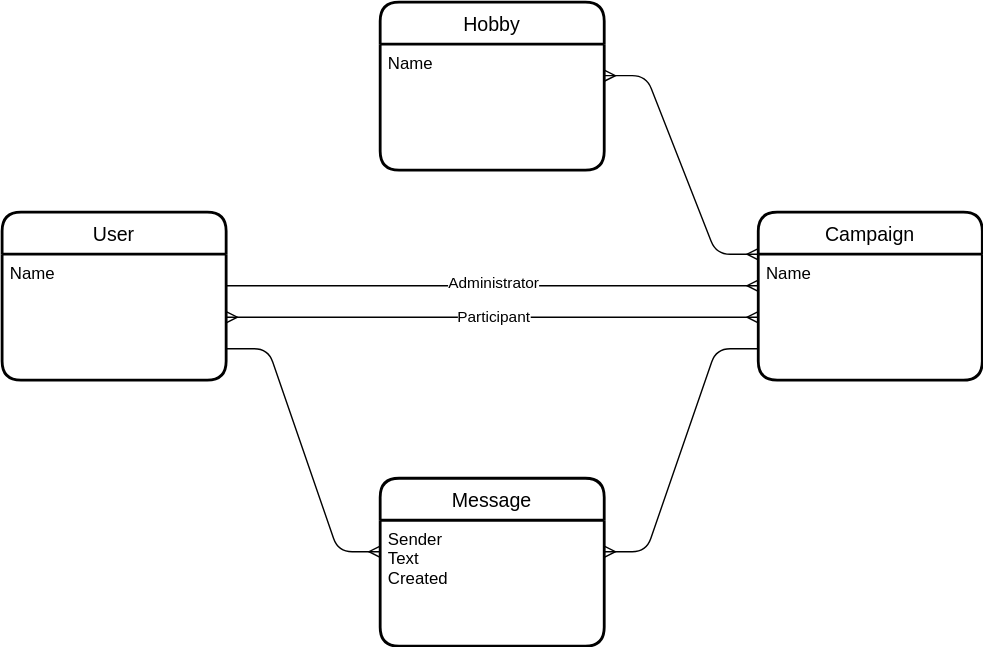
arngrey/EventApp keeps this draw.io diagram as src/docs/ER_Diagram.svg. Above is the earlier version. Source tidied: cells renumbered, new cells last; positions are measured from the earlier drawing's top-left corner, leaving out a move shared by most shapes.
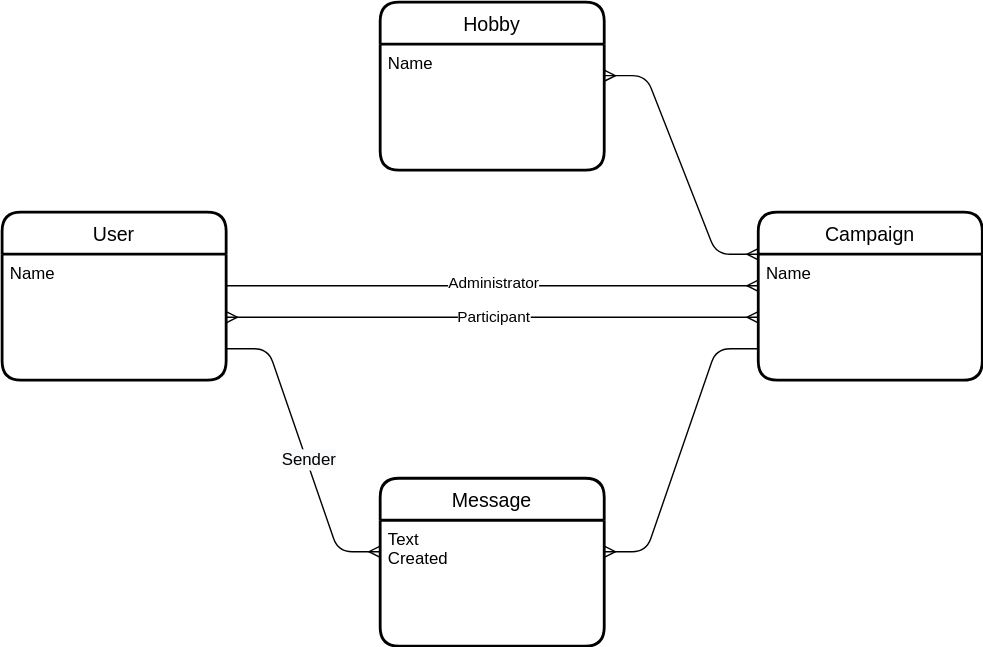
The same file after the commit.

The edit, as a diff of the source:
```diff
@@ -17,7 +17,7 @@
     <mxCell id="6" value="Message" style="swimlane;horizontal=1;startSize=30;rounded=1;fontSize=14;fontStyle=0;strokeWidth=2;shadow=0;dashed=0;align=center;" parent="1" vertex="1">
       <mxGeometry x="270" y="340" width="160" height="120" as="geometry" />
     </mxCell>
-    <mxCell id="7" value="Sender&#10;Text&#10;Created" style="align=left;strokeColor=none;fillColor=none;spacingLeft=4;fontSize=12;verticalAlign=top;" parent="6" vertex="1">
+    <mxCell id="7" value="Text&#10;Created" style="align=left;strokeColor=none;fillColor=none;spacingLeft=4;fontSize=12;verticalAlign=top;" parent="6" vertex="1">
       <mxGeometry y="30" width="160" height="90" as="geometry" />
     </mxCell>
     <mxCell id="8" value="Hobby" style="swimlane;horizontal=1;startSize=30;rounded=1;fontSize=14;fontStyle=0;strokeWidth=2;shadow=0;dashed=0;align=center;" parent="1" vertex="1">
@@ -48,6 +48,9 @@
     <mxCell id="15" style="edgeStyle=entityRelationEdgeStyle;fontSize=12;html=1;endArrow=ERmany;exitX=1;exitY=0.75;exitDx=0;exitDy=0;entryX=0;entryY=0.25;entryDx=0;entryDy=0;" parent="1" edge="1" source="3" target="7">
       <mxGeometry relative="1" as="geometry" />
     </mxCell>
+    <mxCell id="17" value="&lt;span style=&quot;font-size: 12px ; text-align: left ; background-color: rgb(248 , 249 , 250)&quot;&gt;Sender&lt;/span&gt;" style="edgeLabel;html=1;align=center;verticalAlign=middle;" parent="15" vertex="1">
+      <mxGeometry x="0.07" y="1" relative="1" as="geometry" />
+    </mxCell>
     <mxCell id="16" style="edgeStyle=entityRelationEdgeStyle;fontSize=12;html=1;endArrow=ERmany;entryX=1;entryY=0.25;entryDx=0;entryDy=0;exitX=0;exitY=0.75;exitDx=0;exitDy=0;" parent="1" edge="1" source="5" target="7">
       <mxGeometry relative="1" as="geometry" />
     </mxCell>
```
